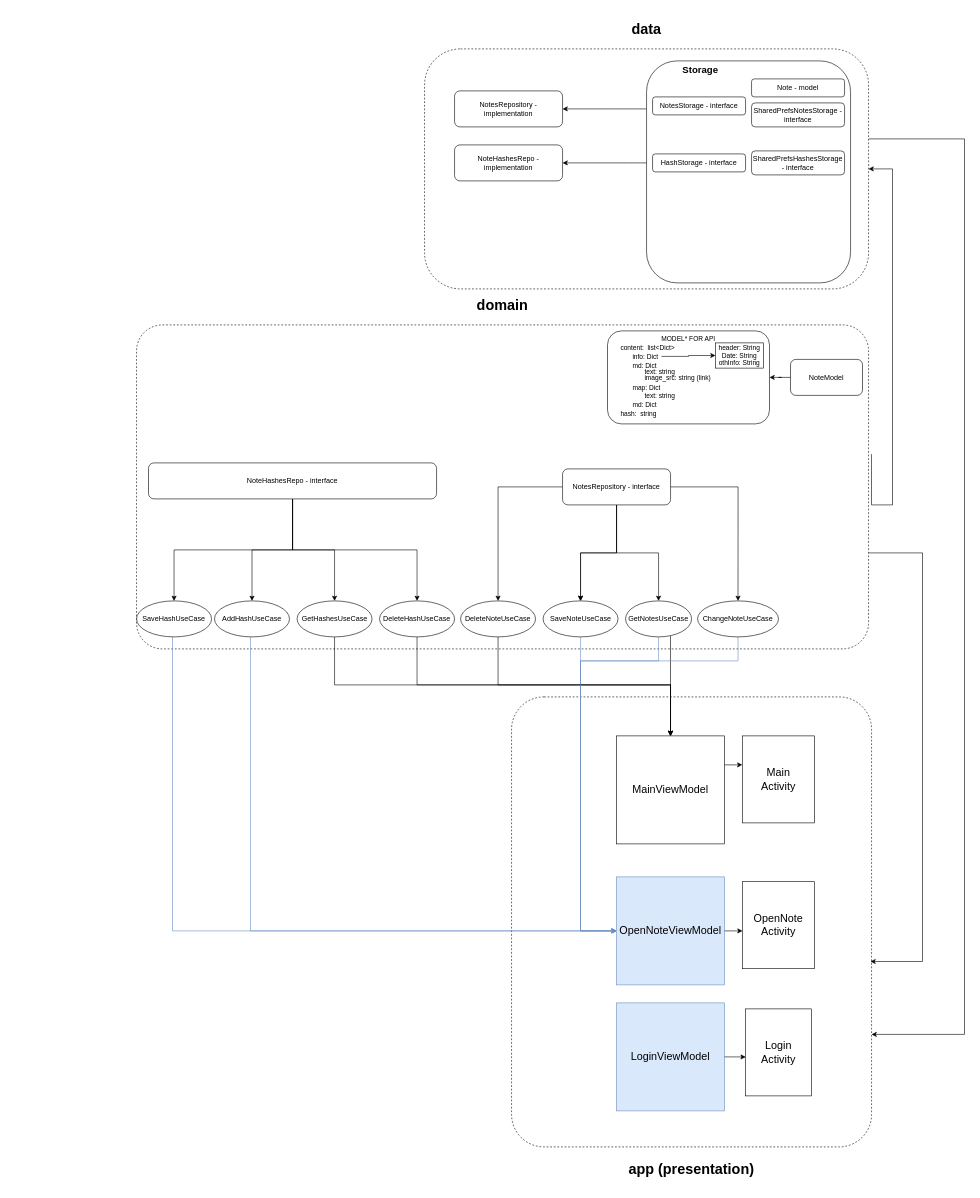
solutions-architects/anynote_android keeps this draw.io diagram as ArchitectureDiagram.drawio. Above is the earlier version. Source tidied: cells renumbered, new cells numbered last; positions are measured from the earlier drawing's top-left corner, leaving out a move shared by most shapes. Both pictures are drawn from the tidied source at 60%, with x=0, y=0 at pixel (136, 49).
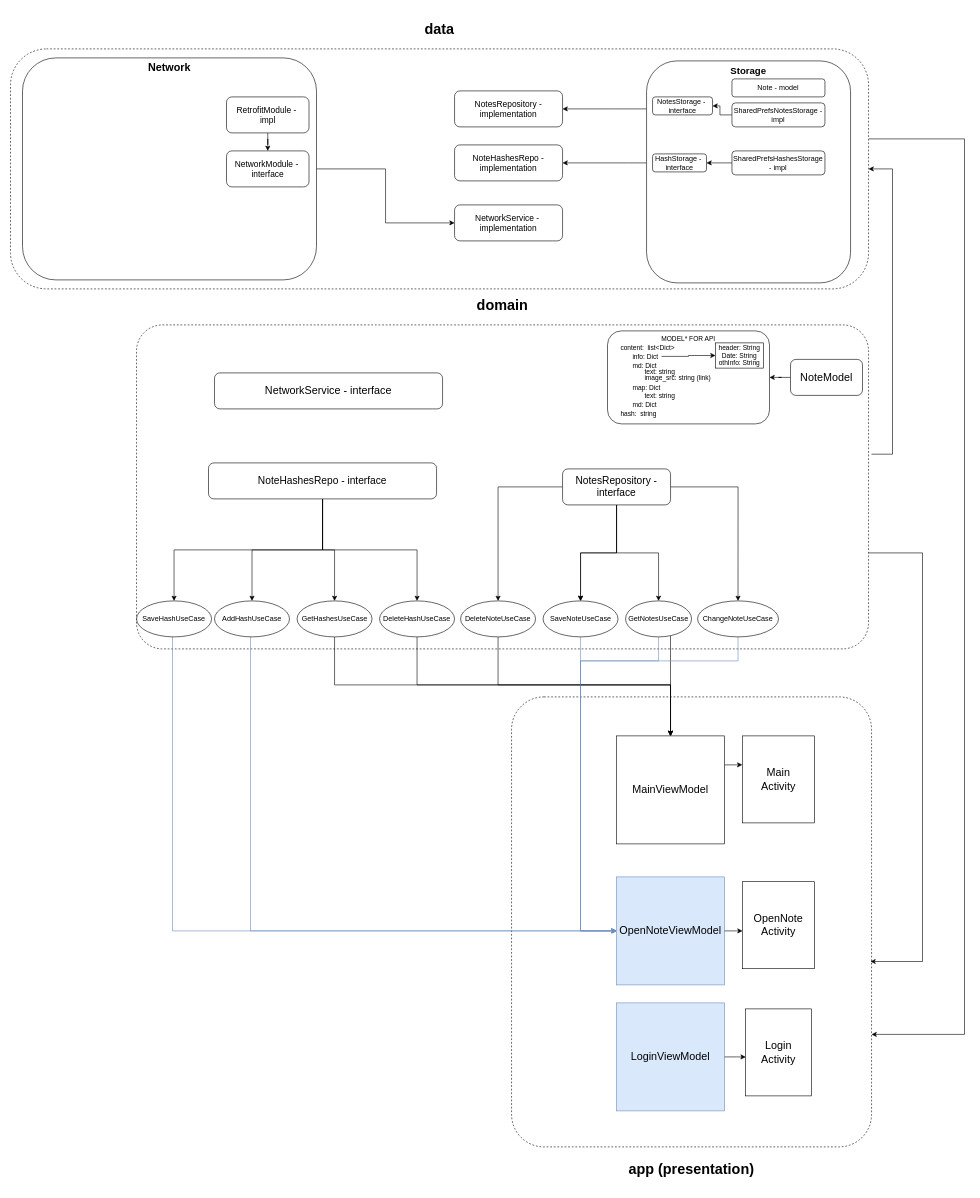
The same page after the edit.

Unchanged cells that the change refers to:
```xml
<mxCell id="3" value="&lt;h1&gt;domain&lt;/h1&gt;" style="rounded=1;whiteSpace=wrap;html=1;arcSize=8;glass=0;shadow=0;dashed=1;verticalAlign=bottom;labelPosition=center;verticalLabelPosition=top;align=center;" parent="1" vertex="1">
  <mxGeometry x="0.1" y="460" width="1220" height="540" as="geometry" />
</mxCell>
```

Diff of the diagram source:
```diff
@@
     <mxCell id="2" style="edgeStyle=orthogonalEdgeStyle;rounded=0;jettySize=auto;html=1;entryX=1;entryY=0.5;entryDx=0;entryDy=0;exitX=1.004;exitY=0.399;exitDx=0;exitDy=0;exitPerimeter=0;" parent="1" edge="1" source="3" target="7">
       <mxGeometry relative="1" as="geometry">
         <Array as="points">
-          <mxPoint x="1260" y="760" />
+          <mxPoint x="1260" y="676" />
           <mxPoint x="1260" y="200" />
-          <mxPoint x="1220" y="200" />
         </Array>
       </mxGeometry>
     </mxCell>
@@
     <mxCell id="7" value="&lt;h1&gt;data&lt;/h1&gt;" style="rounded=1;whiteSpace=wrap;html=1;dashed=1;verticalAlign=bottom;labelPosition=center;verticalLabelPosition=top;align=center;" parent="1" vertex="1">
-      <mxGeometry x="480.1" width="740" height="400" as="geometry" />
+      <mxGeometry x="-210" width="1430.1" height="400" as="geometry" />
     </mxCell>
@@
-    <mxCell id="23" value="NotesRepository - interface" style="rounded=1;whiteSpace=wrap;html=1;" parent="1" vertex="1">
+    <mxCell id="23" value="NotesRepository - interface" style="rounded=1;whiteSpace=wrap;html=1;fontSize=17;" parent="1" vertex="1">
       <mxGeometry x="710.1" y="700" width="180" height="60" as="geometry" />
     </mxCell>
-    <mxCell id="24" value="NotesRepository - implementation" style="rounded=1;whiteSpace=wrap;html=1;" parent="1" vertex="1">
+    <mxCell id="24" value="NotesRepository - implementation" style="rounded=1;whiteSpace=wrap;html=1;fontSize=14;" parent="1" vertex="1">
       <mxGeometry x="530.1" y="70" width="180" height="60" as="geometry" />
     </mxCell>
@@
-    <mxCell id="26" value="NoteModel" style="rounded=1;whiteSpace=wrap;html=1;" parent="1" vertex="1">
+    <mxCell id="26" value="NoteModel" style="rounded=1;whiteSpace=wrap;html=1;fontSize=18;" parent="1" vertex="1">
       <mxGeometry x="1090" y="517.5" width="120" height="60" as="geometry" />
     </mxCell>
@@
-    <mxCell id="30" style="rounded=1;whiteSpace=wrap;html=1;" parent="1" vertex="1">
+    <mxCell id="30" value="&lt;b style=&quot;font-size: 16px;&quot;&gt;Storage&lt;/b&gt;" style="rounded=1;whiteSpace=wrap;html=1;verticalAlign=top;" parent="1" vertex="1">
       <mxGeometry x="850.1" y="20" width="340" height="370" as="geometry" />
     </mxCell>
-    <mxCell id="31" value="&lt;font style=&quot;font-size: 16px;&quot;&gt;&lt;b&gt;Storage&lt;/b&gt;&lt;/font&gt;" style="text;html=1;align=center;verticalAlign=middle;whiteSpace=wrap;rounded=0;" parent="1" vertex="1">
-      <mxGeometry x="910.1" y="20" width="60" height="30" as="geometry" />
-    </mxCell>
     <mxCell id="32" value="Note - model" style="rounded=1;whiteSpace=wrap;html=1;" parent="1" vertex="1">
-      <mxGeometry x="1025.1" y="50" width="155" height="30" as="geometry" />
+      <mxGeometry x="992.4" y="50" width="155" height="30" as="geometry" />
     </mxCell>
-    <mxCell id="33" value="NotesStorage - interface" style="rounded=1;whiteSpace=wrap;html=1;" parent="1" vertex="1">
-      <mxGeometry x="860.1" y="80" width="155" height="30" as="geometry" />
+    <mxCell id="33" value="NotesStorage -&amp;nbsp;&lt;div&gt;interface&lt;/div&gt;" style="rounded=1;whiteSpace=wrap;html=1;" parent="1" vertex="1">
+      <mxGeometry x="860.1" y="80" width="99.9" height="30" as="geometry" />
     </mxCell>
+    <mxCell id="73" style="edgeStyle=orthogonalEdgeStyle;rounded=0;jettySize=auto;html=1;" parent="1" edge="1" source="34" target="33">
+      <mxGeometry relative="1" as="geometry" />
+    </mxCell>
-    <mxCell id="34" value="SharedPrefsNotesStorage - interface" style="rounded=1;whiteSpace=wrap;html=1;" parent="1" vertex="1">
-      <mxGeometry x="1025.1" y="90" width="155" height="40" as="geometry" />
+    <mxCell id="34" value="SharedPrefsNotesStorage - impl" style="rounded=1;whiteSpace=wrap;html=1;" parent="1" vertex="1">
+      <mxGeometry x="992.4" y="90" width="155" height="40" as="geometry" />
     </mxCell>
@@
-    <mxCell id="39" value="NoteHashesRepo - interface" style="rounded=1;whiteSpace=wrap;html=1;" parent="1" vertex="1">
-      <mxGeometry x="20" y="690" width="480.1" height="60" as="geometry" />
+    <mxCell id="39" value="NoteHashesRepo - interface" style="rounded=1;whiteSpace=wrap;html=1;fontSize=17;" parent="1" vertex="1">
+      <mxGeometry x="120" y="690" width="380.1" height="60" as="geometry" />
     </mxCell>
@@
-    <mxCell id="42" value="NoteHashesRepo - implementation" style="rounded=1;whiteSpace=wrap;html=1;" parent="1" vertex="1">
+    <mxCell id="42" value="NoteHashesRepo - implementation" style="rounded=1;whiteSpace=wrap;html=1;fontSize=14;" parent="1" vertex="1">
       <mxGeometry x="530.1" y="160" width="180" height="60" as="geometry" />
     </mxCell>
-    <mxCell id="43" value="HashStorage - interface" style="rounded=1;whiteSpace=wrap;html=1;" parent="1" vertex="1">
-      <mxGeometry x="860.1" y="175" width="155" height="30" as="geometry" />
+    <mxCell id="43" value="HashStorage -&amp;nbsp;&lt;div&gt;interface&lt;/div&gt;" style="rounded=1;whiteSpace=wrap;html=1;" parent="1" vertex="1">
+      <mxGeometry x="860.1" y="175" width="89.9" height="30" as="geometry" />
     </mxCell>
+    <mxCell id="74" style="edgeStyle=orthogonalEdgeStyle;rounded=0;jettySize=auto;html=1;" parent="1" edge="1" source="44" target="43">
+      <mxGeometry relative="1" as="geometry" />
+    </mxCell>
-    <mxCell id="44" value="SharedPrefsHashesStorage - interface" style="rounded=1;whiteSpace=wrap;html=1;" parent="1" vertex="1">
-      <mxGeometry x="1025.1" y="170" width="155" height="40" as="geometry" />
+    <mxCell id="44" value="SharedPrefsHashesStorage - impl" style="rounded=1;whiteSpace=wrap;html=1;" parent="1" vertex="1">
+      <mxGeometry x="992.4" y="170" width="155" height="40" as="geometry" />
     </mxCell>
@@
+    <mxCell id="75" style="edgeStyle=orthogonalEdgeStyle;rounded=0;jettySize=auto;html=1;" parent="1" edge="1" source="76" target="78">
+      <mxGeometry relative="1" as="geometry" />
+    </mxCell>
+    <mxCell id="76" value="Network" style="rounded=1;whiteSpace=wrap;html=1;verticalAlign=top;fontSize=18;fontStyle=1;" parent="1" vertex="1">
+      <mxGeometry x="-190" y="15" width="490" height="370" as="geometry" />
+    </mxCell>
+    <mxCell id="77" value="NetworkService&lt;span style=&quot;background-color: initial; font-size: 18px;&quot;&gt;&amp;nbsp;- interface&lt;/span&gt;" style="rounded=1;whiteSpace=wrap;html=1;fontSize=18;" parent="1" vertex="1">
+      <mxGeometry x="130" y="540" width="380.1" height="60" as="geometry" />
+    </mxCell>
+    <mxCell id="78" value="NetworkService&amp;nbsp;-&amp;nbsp;&lt;div style=&quot;font-size: 14px;&quot;&gt;implementation&lt;/div&gt;" style="rounded=1;whiteSpace=wrap;html=1;fontSize=14;" parent="1" vertex="1">
+      <mxGeometry x="530.1" y="260" width="180" height="60" as="geometry" />
+    </mxCell>
+    <mxCell id="79" value="NetworkModule -&amp;nbsp;&lt;div style=&quot;font-size: 14px;&quot;&gt;interface&lt;/div&gt;" style="rounded=1;whiteSpace=wrap;html=1;fontSize=14;" parent="1" vertex="1">
+      <mxGeometry x="150" y="170" width="137.5" height="60" as="geometry" />
+    </mxCell>
+    <mxCell id="80" style="edgeStyle=orthogonalEdgeStyle;rounded=0;jettySize=auto;html=1;" parent="1" edge="1" source="81" target="79">
+      <mxGeometry relative="1" as="geometry" />
+    </mxCell>
+    <mxCell id="81" value="RetrofitModule -&amp;nbsp;&lt;div style=&quot;font-size: 14px;&quot;&gt;impl&lt;/div&gt;" style="rounded=1;whiteSpace=wrap;html=1;fontSize=14;" parent="1" vertex="1">
+      <mxGeometry x="150" y="80" width="137.5" height="60" as="geometry" />
+    </mxCell>
```
